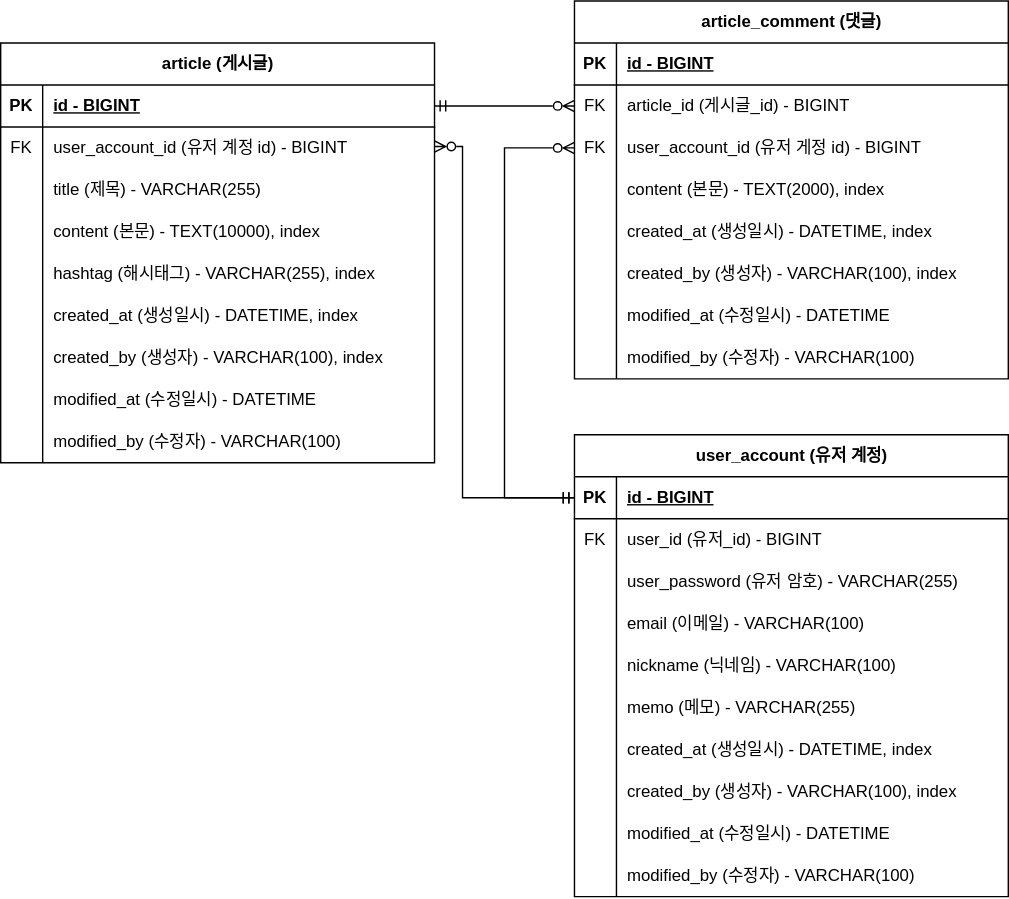
arrilab/practice-board keeps this draw.io diagram as document/erd.svg. Above is the earlier version. Source tidied: cells renumbered, new cells last; positions are measured from the earlier drawing's top-left corner, leaving out a move shared by most shapes.
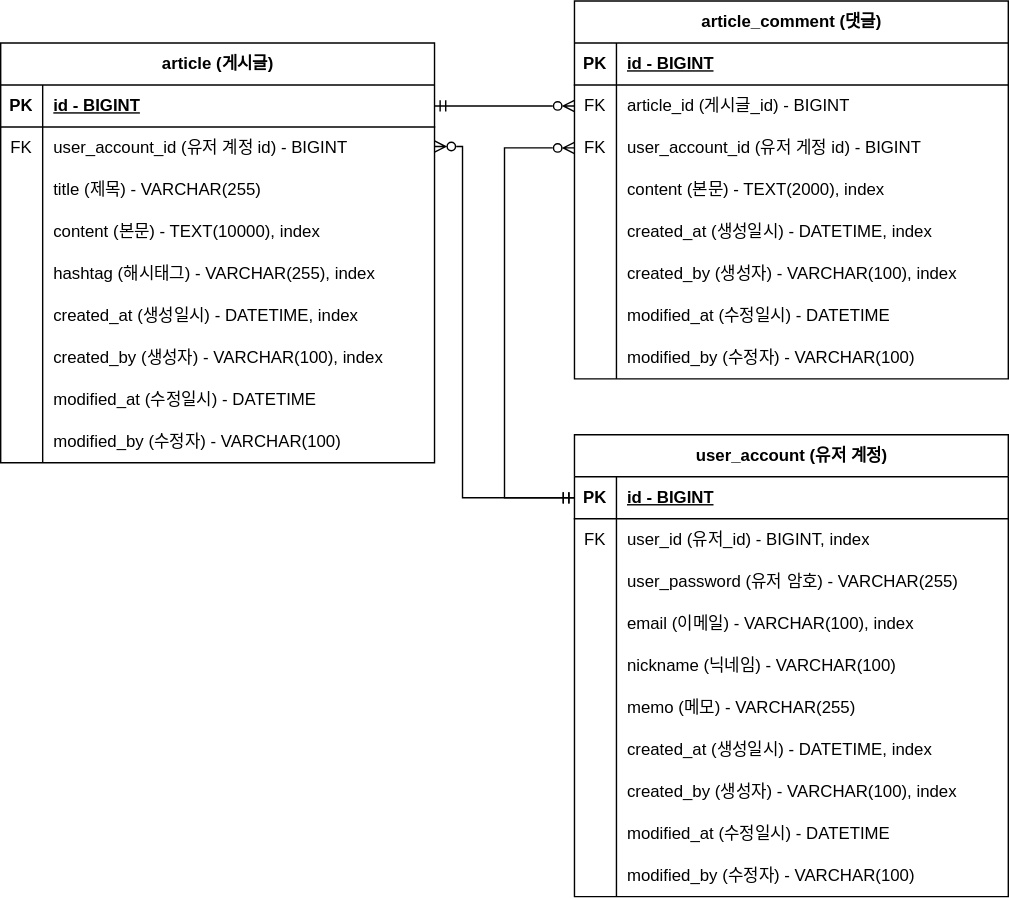
The same file after the commit.

Commit message:
doc: user_account ERD 수정 (#39)

- index 처리 항목 표시

The edit, as a diff of the source:
```diff
@@ -182,7 +182,7 @@
     <mxCell id="61" value="FK" style="shape=partialRectangle;fillColor=none;top=0;left=0;bottom=0;right=0;overflow=hidden;whiteSpace=wrap;html=1;" parent="60" vertex="1">
       <mxGeometry width="30" height="30" as="geometry" />
     </mxCell>
-    <mxCell id="62" value="user_id (유저_id) - BIGINT" style="shape=partialRectangle;fillColor=none;top=0;left=0;bottom=0;right=0;align=left;spacingLeft=6;overflow=hidden;whiteSpace=wrap;html=1;strokeColor=default;noLabel=0;" parent="60" vertex="1">
+    <mxCell id="62" value="user_id (유저_id) - BIGINT, index" style="shape=partialRectangle;fillColor=none;top=0;left=0;bottom=0;right=0;align=left;spacingLeft=6;overflow=hidden;whiteSpace=wrap;html=1;strokeColor=default;noLabel=0;" parent="60" vertex="1">
       <mxGeometry x="30" width="280" height="30" as="geometry" />
     </mxCell>
     <mxCell id="63" style="shape=tableRow;horizontal=0;startSize=0;swimlaneHead=0;swimlaneBody=0;fillColor=none;top=0;left=0;right=0;bottom=0;" parent="56" vertex="1">
@@ -200,7 +200,7 @@
     <mxCell id="67" style="shape=partialRectangle;fillColor=none;top=0;left=0;bottom=0;right=0;overflow=hidden;whiteSpace=wrap;html=1;" parent="66" vertex="1">
       <mxGeometry width="30" height="30" as="geometry" />
     </mxCell>
-    <mxCell id="68" value="email (이메일) - VARCHAR(100)" style="shape=partialRectangle;fillColor=none;top=0;left=0;bottom=0;right=0;align=left;spacingLeft=6;overflow=hidden;whiteSpace=wrap;html=1;" parent="66" vertex="1">
+    <mxCell id="68" value="email (이메일) - VARCHAR(100), index" style="shape=partialRectangle;fillColor=none;top=0;left=0;bottom=0;right=0;align=left;spacingLeft=6;overflow=hidden;whiteSpace=wrap;html=1;" parent="66" vertex="1">
       <mxGeometry x="30" width="280" height="30" as="geometry" />
     </mxCell>
     <mxCell id="69" style="shape=tableRow;horizontal=0;startSize=0;swimlaneHead=0;swimlaneBody=0;fillColor=none;top=0;left=0;right=0;bottom=0;" parent="56" vertex="1">
```
